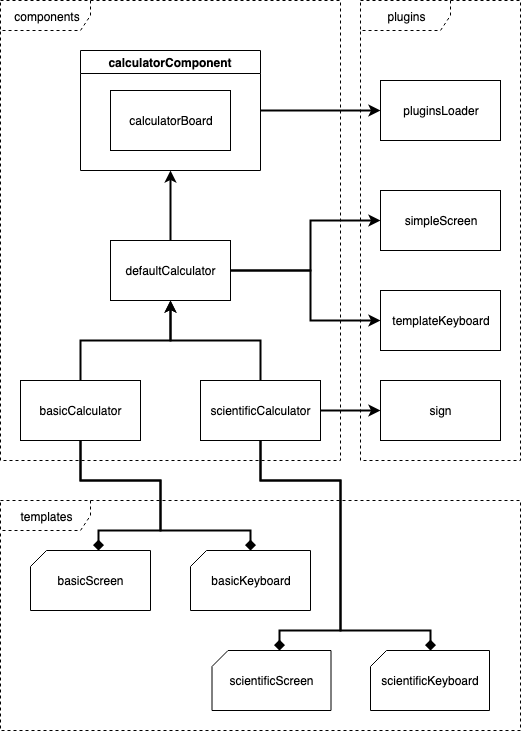
Above: articles/Frontend/resources/calculator-component-relationship.png in oat-sa/taohub-articles (draw.io), before the change. Source tidied: cells renumbered, new cells last; positions are measured from the earlier drawing's top-left corner, leaving out a move shared by most shapes.
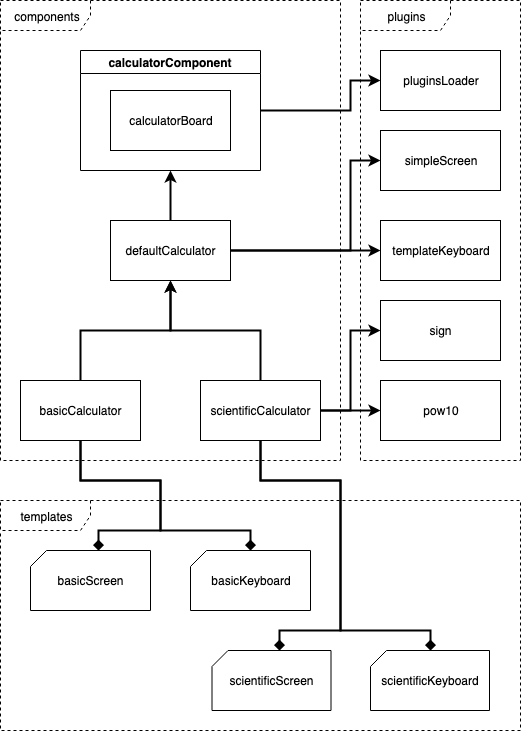
After the change.

Commit message:
Document the calculator plugin pow10

Change to the diagram source:
```diff
@@ -18,11 +18,19 @@
       <mxGeometry x="30" y="40" width="120" height="60" as="geometry" />
     </mxCell>
     <mxCell id="7" value="&lt;div&gt;defaultCalculator&lt;/div&gt;" style="rounded=0;whiteSpace=wrap;html=1;" parent="1" vertex="1">
-      <mxGeometry x="110" y="240" width="120" height="60" as="geometry" />
+      <mxGeometry x="110" y="220" width="120" height="60" as="geometry" />
     </mxCell>
     <mxCell id="8" style="edgeStyle=orthogonalEdgeStyle;rounded=0;jettySize=auto;html=1;exitX=1;exitY=0.5;exitDx=0;exitDy=0;entryX=0;entryY=0.5;entryDx=0;entryDy=0;startArrow=none;startFill=0;endArrow=classic;endFill=1;strokeWidth=2;" parent="1" edge="1" source="9" target="28">
       <mxGeometry relative="1" as="geometry" />
     </mxCell>
+    <mxCell id="29" style="edgeStyle=orthogonalEdgeStyle;rounded=0;jettySize=auto;html=1;exitX=1;exitY=0.5;exitDx=0;exitDy=0;entryX=0;entryY=0.5;entryDx=0;entryDy=0;strokeWidth=2;" parent="1" edge="1" source="9" target="30">
+      <mxGeometry relative="1" as="geometry">
+        <Array as="points">
+          <mxPoint x="360" y="410" />
+          <mxPoint x="360" y="410" />
+        </Array>
+      </mxGeometry>
+    </mxCell>
     <mxCell id="9" value="scientificCalculator" style="rounded=0;whiteSpace=wrap;html=1;" parent="1" vertex="1">
       <mxGeometry x="200" y="380" width="120" height="60" as="geometry" />
     </mxCell>
@@ -30,13 +38,13 @@
       <mxGeometry x="20" y="380" width="120" height="60" as="geometry" />
     </mxCell>
     <mxCell id="11" value="pluginsLoader" style="rounded=0;whiteSpace=wrap;html=1;" parent="1" vertex="1">
-      <mxGeometry x="380" y="80" width="120" height="60" as="geometry" />
+      <mxGeometry x="380" y="50" width="120" height="60" as="geometry" />
     </mxCell>
     <mxCell id="12" value="simpleScreen" style="rounded=0;whiteSpace=wrap;html=1;" parent="1" vertex="1">
-      <mxGeometry x="380" y="190" width="120" height="60" as="geometry" />
+      <mxGeometry x="380" y="130" width="120" height="60" as="geometry" />
     </mxCell>
     <mxCell id="13" value="templateKeyboard" style="rounded=0;whiteSpace=wrap;html=1;" parent="1" vertex="1">
-      <mxGeometry x="380" y="290" width="120" height="60" as="geometry" />
+      <mxGeometry x="380" y="220" width="120" height="60" as="geometry" />
     </mxCell>
     <mxCell id="14" value="basicKeyboard" style="shape=card;whiteSpace=wrap;html=1;size=16;" parent="1" vertex="1">
       <mxGeometry x="190" y="550" width="120" height="60" as="geometry" />
@@ -91,7 +99,12 @@
       </mxGeometry>
     </mxCell>
     <mxCell id="22" style="edgeStyle=orthogonalEdgeStyle;rounded=0;jettySize=auto;html=1;exitX=1;exitY=0.5;exitDx=0;exitDy=0;entryX=0;entryY=0.5;entryDx=0;entryDy=0;startArrow=none;startFill=0;endArrow=classic;endFill=1;strokeWidth=2;" parent="1" edge="1" source="4" target="11">
-      <mxGeometry relative="1" as="geometry" />
+      <mxGeometry relative="1" as="geometry">
+        <Array as="points">
+          <mxPoint x="350" y="110" />
+          <mxPoint x="350" y="80" />
+        </Array>
+      </mxGeometry>
     </mxCell>
     <mxCell id="23" style="edgeStyle=orthogonalEdgeStyle;rounded=0;jettySize=auto;html=1;exitX=0.5;exitY=0;exitDx=0;exitDy=0;startArrow=none;startFill=0;endArrow=classic;endFill=1;entryX=0.5;entryY=1;entryDx=0;entryDy=0;strokeWidth=2;" parent="1" edge="1" source="7" target="4">
       <mxGeometry relative="1" as="geometry" />
@@ -99,18 +112,13 @@
     <mxCell id="24" style="edgeStyle=orthogonalEdgeStyle;rounded=0;jettySize=auto;html=1;exitX=1;exitY=0.5;exitDx=0;exitDy=0;entryX=0;entryY=0.5;entryDx=0;entryDy=0;startArrow=none;startFill=0;endArrow=classic;endFill=1;strokeWidth=2;" parent="1" edge="1" source="7" target="12">
       <mxGeometry relative="1" as="geometry">
         <Array as="points">
-          <mxPoint x="310" y="270" />
-          <mxPoint x="310" y="220" />
+          <mxPoint x="350" y="250" />
+          <mxPoint x="350" y="160" />
         </Array>
       </mxGeometry>
     </mxCell>
-    <mxCell id="25" style="edgeStyle=orthogonalEdgeStyle;rounded=0;jettySize=auto;html=1;exitX=1;exitY=0.5;exitDx=0;exitDy=0;entryX=0;entryY=0.5;entryDx=0;entryDy=0;startArrow=none;startFill=0;endArrow=classic;endFill=1;strokeWidth=2;" parent="1" edge="1" source="7" target="13">
-      <mxGeometry relative="1" as="geometry">
-        <Array as="points">
-          <mxPoint x="310" y="270" />
-          <mxPoint x="310" y="320" />
-        </Array>
-      </mxGeometry>
+    <mxCell id="25" style="rounded=0;jettySize=auto;html=1;exitX=1;exitY=0.5;exitDx=0;exitDy=0;entryX=0;entryY=0.5;entryDx=0;entryDy=0;startArrow=none;startFill=0;endArrow=classic;endFill=1;strokeWidth=2;edgeStyle=orthogonalEdgeStyle;" parent="1" edge="1" source="7" target="13">
+      <mxGeometry relative="1" as="geometry" />
     </mxCell>
     <mxCell id="26" style="edgeStyle=orthogonalEdgeStyle;rounded=0;jettySize=auto;html=1;exitX=0.5;exitY=0;exitDx=0;exitDy=0;entryX=0.5;entryY=1;entryDx=0;entryDy=0;startArrow=none;startFill=0;endArrow=classic;endFill=1;strokeWidth=2;" parent="1" edge="1" source="9" target="7">
       <mxGeometry relative="1" as="geometry" />
@@ -119,7 +127,10 @@
       <mxGeometry relative="1" as="geometry" />
     </mxCell>
     <mxCell id="28" value="sign" style="rounded=0;whiteSpace=wrap;html=1;" parent="1" vertex="1">
-      <mxGeometry x="380" y="380" width="120" height="60" as="geometry" />
+      <mxGeometry x="380" y="300" width="120" height="60" as="geometry" />
     </mxCell>
+    <mxCell id="30" value="pow10" style="rounded=0;whiteSpace=wrap;html=1;" parent="1" vertex="1">
+      <mxGeometry x="380" y="380" width="120" height="60" as="geometry" />
+    </mxCell>
   </root>
 </mxGraphModel>
```
